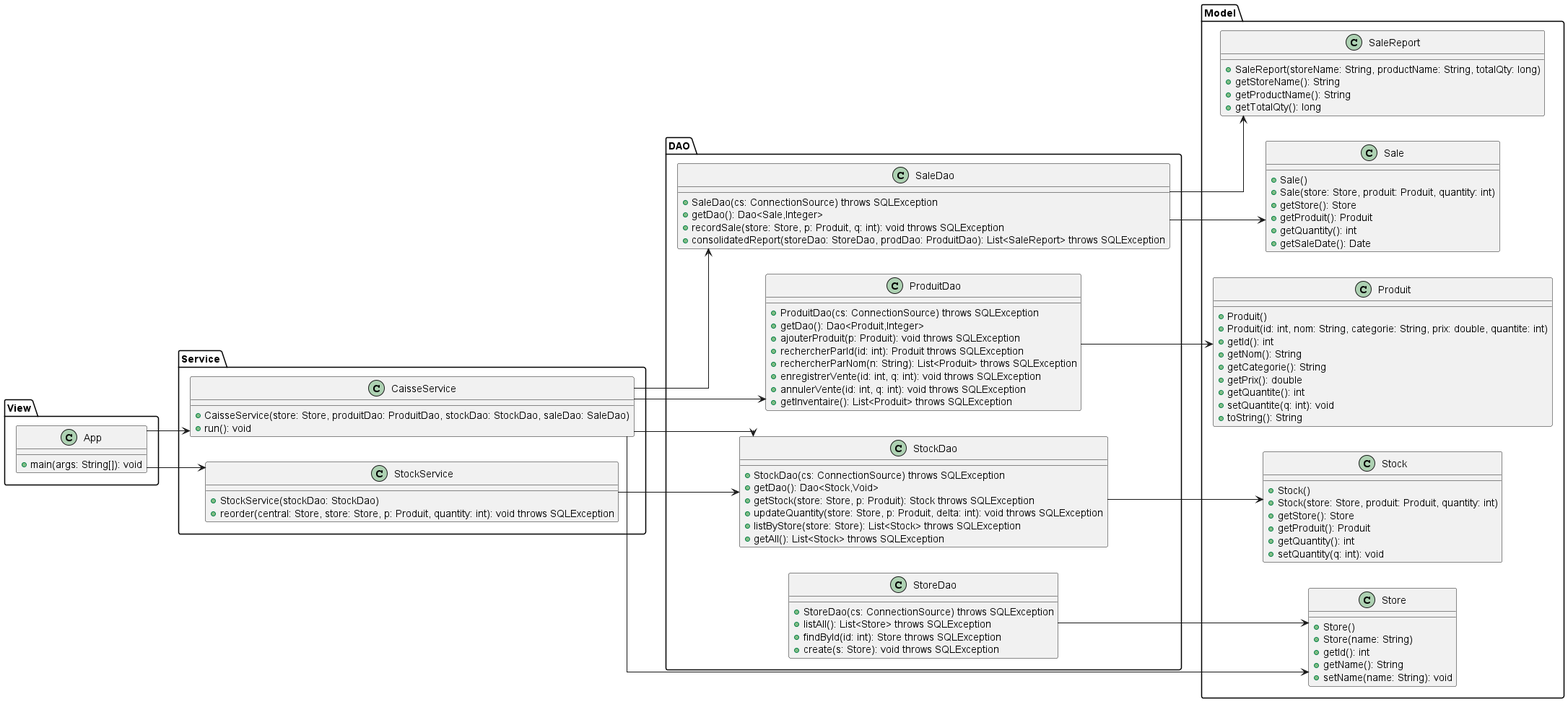
This is docs/lab5/UML/Vue_logique.png from Mdyoucef99/LAB5_LOG430, a PlantUML export, as it was before one commit.
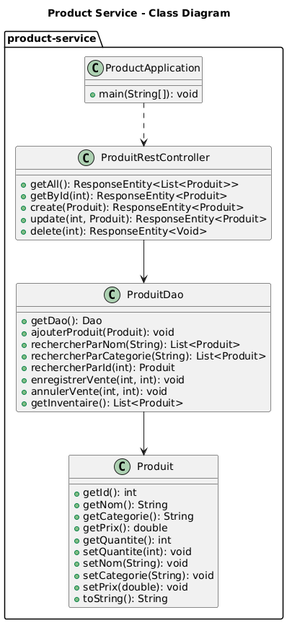
The same diagram one commit later.

Diff of the diagram source:
```diff
@@ -1,128 +1,44 @@
 @startuml
-
-skinparam linetype ortho
-left to right direction
-
-package "Model" {
-
-  class Store {
-    + Store()
-    + Store(name: String)
-    + getId(): int
-    + getName(): String
-    + setName(name: String): void
-  }
-
+title Product Service - Class Diagram
+package "product-service" {
   class Produit {
-    + Produit()
-    + Produit(id: int, nom: String, categorie: String, prix: double, quantite: int)
-    + getId(): int
-    + getNom(): String
-    + getCategorie(): String
-    + getPrix(): double
-    + getQuantite(): int
-    + setQuantite(q: int): void
-    + toString(): String
-  }
-
-  class Stock {
-    + Stock()
-    + Stock(store: Store, produit: Produit, quantity: int)
-    + getStore(): Store
-    + getProduit(): Produit
-    + getQuantity(): int
-    + setQuantity(q: int): void
-  }
-
-  class Sale {
-    + Sale()
-    + Sale(store: Store, produit: Produit, quantity: int)
-    + getStore(): Store
-    + getProduit(): Produit
-    + getQuantity(): int
-    + getSaleDate(): Date
-  }
-
-  class SaleReport {
-    + SaleReport(storeName: String, productName: String, totalQty: long)
-    + getStoreName(): String
-    + getProductName(): String
-    + getTotalQty(): long
-  }
-}
-
-package "DAO" {
-
-  class StoreDao {
-    + StoreDao(cs: ConnectionSource) throws SQLException
-    + listAll(): List<Store> throws SQLException
-    + findById(id: int): Store throws SQLException
-    + create(s: Store): void throws SQLException
+    +getId(): int
+    +getNom(): String
+    +getCategorie(): String
+    +getPrix(): double
+    +getQuantite(): int
+    +setQuantite(int): void
+    +setNom(String): void
+    +setCategorie(String): void
+    +setPrix(double): void
+    +toString(): String
   }
 
   class ProduitDao {
-    + ProduitDao(cs: ConnectionSource) throws SQLException
-    + getDao(): Dao<Produit,Integer>
-    + ajouterProduit(p: Produit): void throws SQLException
-    + rechercherParId(id: int): Produit throws SQLException
-    + rechercherParNom(n: String): List<Produit> throws SQLException
-    + enregistrerVente(id: int, q: int): void throws SQLException
-    + annulerVente(id: int, q: int): void throws SQLException
-    + getInventaire(): List<Produit> throws SQLException
+    +getDao(): Dao
+    +ajouterProduit(Produit): void
+    +rechercherParNom(String): List<Produit>
+    +rechercherParCategorie(String): List<Produit>
+    +rechercherParId(int): Produit
+    +enregistrerVente(int, int): void
+    +annulerVente(int, int): void
+    +getInventaire(): List<Produit>
   }
 
-  class StockDao {
-    + StockDao(cs: ConnectionSource) throws SQLException
-    + getDao(): Dao<Stock,Void>
-    + getStock(store: Store, p: Produit): Stock throws SQLException
-    + updateQuantity(store: Store, p: Produit, delta: int): void throws SQLException
-    + listByStore(store: Store): List<Stock> throws SQLException
-    + getAll(): List<Stock> throws SQLException
+  class ProduitRestController {
+    +getAll(): ResponseEntity<List<Produit>>
+    +getById(int): ResponseEntity<Produit>
+    +create(Produit): ResponseEntity<Produit>
+    +update(int, Produit): ResponseEntity<Produit>
+    +delete(int): ResponseEntity<Void>
   }
 
-  class SaleDao {
-    + SaleDao(cs: ConnectionSource) throws SQLException
-    + getDao(): Dao<Sale,Integer>
-    + recordSale(store: Store, p: Produit, q: int): void throws SQLException
-    + consolidatedReport(storeDao: StoreDao, prodDao: ProduitDao): List<SaleReport> throws SQLException
-  }
-}
-
-
-package "Service" {
-
-  class StockService {
-    + StockService(stockDao: StockDao)
-    + reorder(central: Store, store: Store, p: Produit, quantity: int): void throws SQLException
+  class ProductApplication {
+    +main(String[]): void
   }
 
-  class CaisseService {
-    + CaisseService(store: Store, produitDao: ProduitDao, stockDao: StockDao, saleDao: SaleDao)
-    + run(): void
-  }
+  ProduitDao --> Produit
+  ProduitRestController --> ProduitDao
+  ProductApplication ..> ProduitRestController
 }
-
-package "View" {
-
-  class App {
-    + main(args: String[]): void
-  }
-}
-
-App               --> CaisseService
-App               --> StockService
-
-CaisseService     --> Store
-CaisseService     --> ProduitDao
-CaisseService     --> StockDao
-CaisseService     --> SaleDao
-
-StockService      --> StockDao
-
-StoreDao          --> Store
-ProduitDao        --> Produit
-StockDao          --> Stock
-SaleDao           --> Sale
-SaleDao           --> SaleReport
-
 @enduml
```
